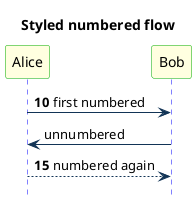
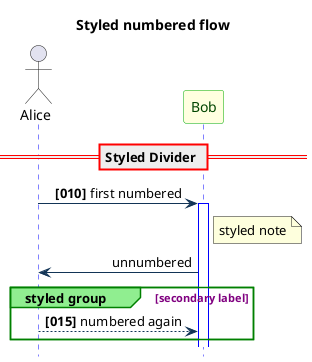
@startuml
skinparam sequence {
  ArrowColor #123456
+   MessageFontColor #123456
+   MessageAlign right
+   ResponseMessageBelowArrow true
  ParticipantBackgroundColor #LightYellow
  ParticipantBorderColor #00aa00
+   ParticipantFontColor #004400
  LifeLineBorderColor #0000ff
+   NoteBackgroundColor #LightYellow
+   NoteBorderColor #red
+   NoteFontColor #blue
+   GroupBackgroundColor #LightGreen
+   GroupBorderColor #green
+   GroupFontColor #purple
+   DividerBorderColor #red
+   ActivationBackgroundColor #LightBlue
+   ActorStyle box
}
hide footbox
title Styled numbered flow
- autonumber 10 5
- participant Alice
+ autonumber 10 5 "<b>[000]"
+ actor Alice
participant Bob
- Alice -> Bob: first numbered
+ == Styled Divider ==
+ Alice -> Bob ++: first numbered
+ note right of Bob: styled note
autonumber stop
Bob -> Alice: unnumbered
autonumber resume
- Alice --> Bob: numbered again
+ group styled group [secondary label]
+ Alice --> Bob --: numbered again
+ end
@enduml
